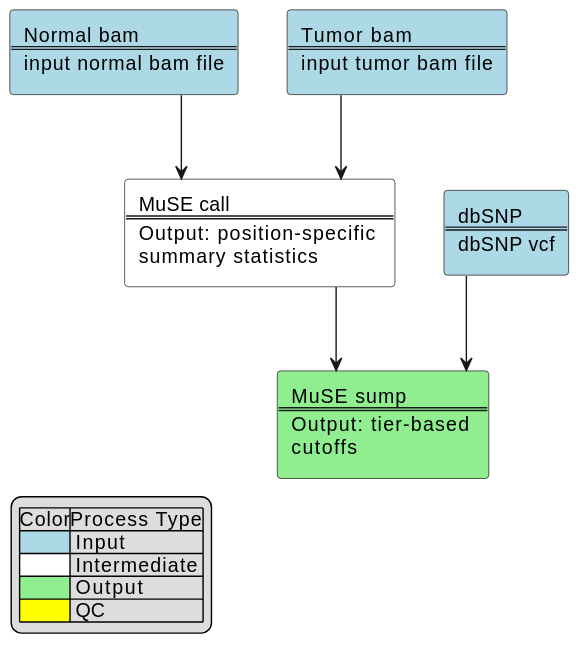
The PlantUML diagram docs/muse_chart.svg in uclahs-cds/pipeline-call-sSNV, before a commit.
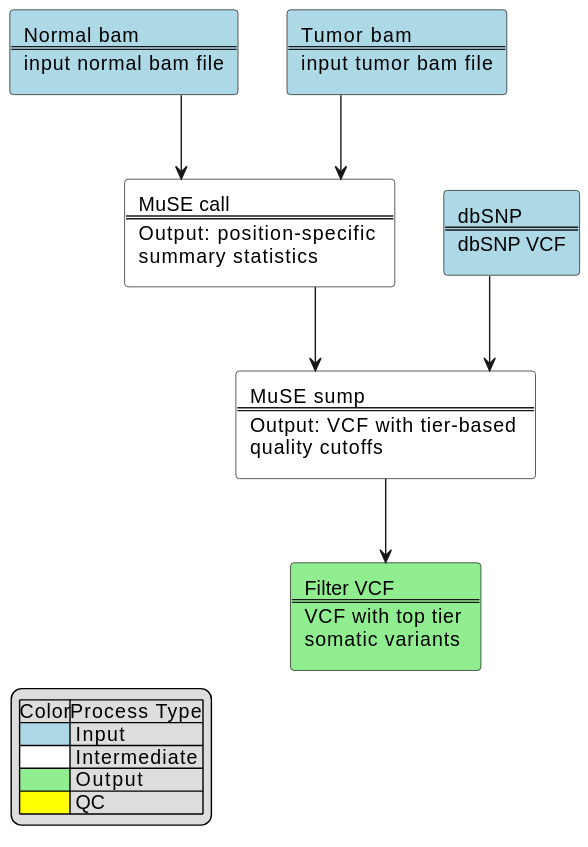
The same file after the commit.

Change to the diagram source:
```diff
@@ -13,13 +13,15 @@
 $input_process(tumor_bam, 'Tumor bam', 'input tumor bam file')
 
 $intermediate_process(muse_call_run, "MuSE call", "Output: position-specific %newline()summary statistics")
-$input_process(dbsnp_file, 'dbSNP', 'dbSNP vcf')
-$output_process(muse_sump_run, "MuSE sump", "Output: tier-based %newline()cutoffs")
+$input_process(dbsnp_file, 'dbSNP', 'dbSNP VCF')
+$intermediate_process(muse_sump_run, "MuSE sump", "Output: VCF with tier-based %newline()quality cutoffs")
+$output_process(filter_vcf, 'Filter VCF', 'VCF with top tier %newline()somatic variants')
 
 tumor_bam -d-> muse_call_run
 normal_bam -d-> muse_call_run
 muse_call_run -d-> muse_sump_run
 dbsnp_file -d-> muse_sump_run
+muse_sump_run -d-> filter_vcf
 
 $add_legend("left")
 
```
